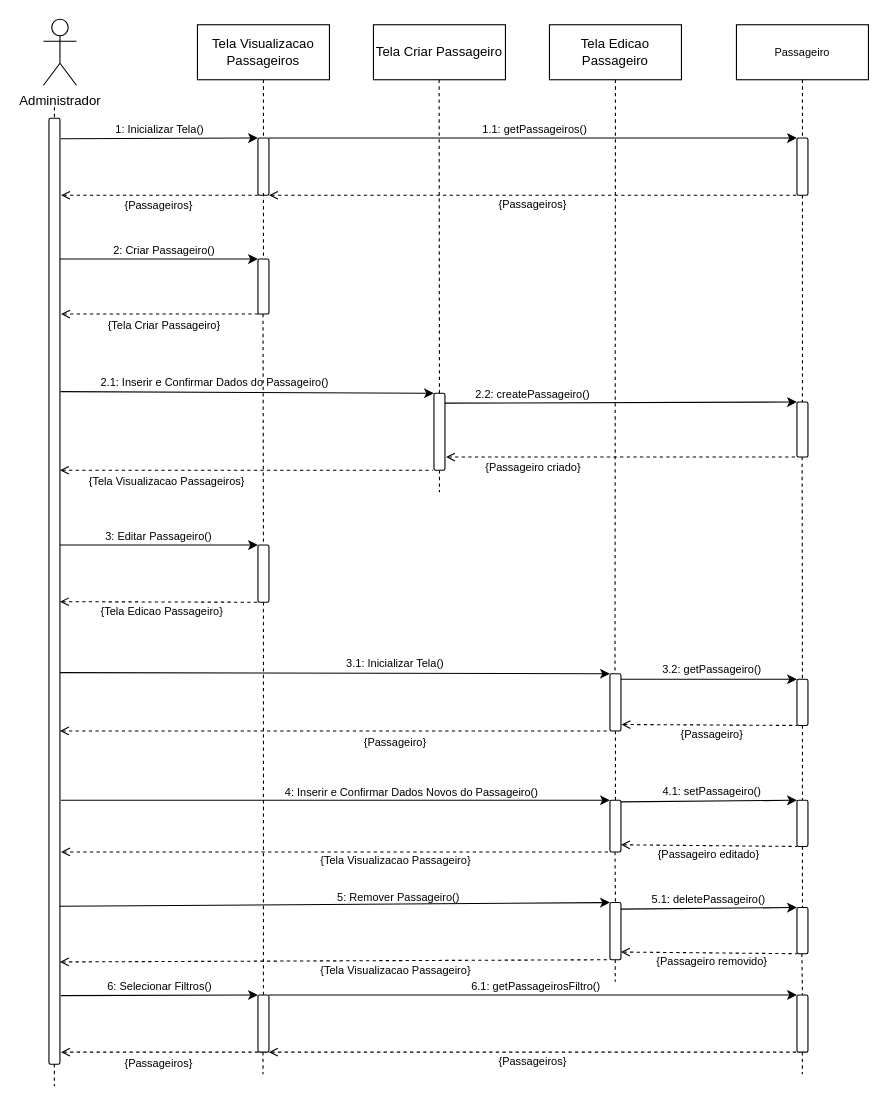
Before: Diagramas/Eng_de_Software/Modelos/Sequencia/Manter_Passageiros.drawio in GabrielGMori/trabalho-conclus-o-ano, a draw.io diagram. Source tidied: cells renumbered, new cells numbered last; positions are measured from the earlier drawing's top-left corner, leaving out a move shared by most shapes. Both pictures are drawn from the tidied source at 110%, with x=0, y=0 at pixel (43, 19).
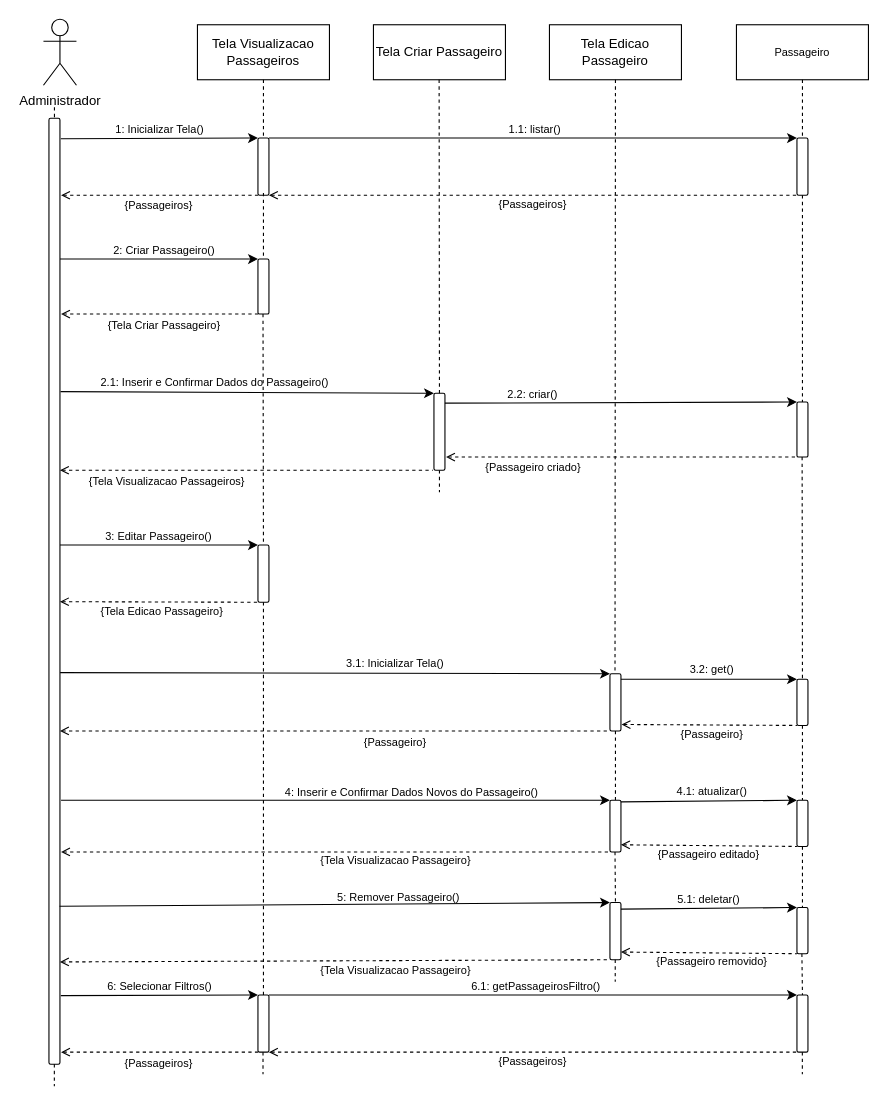
The same page after the edit.

Change to the diagram source:
```diff
@@
-    <mxCell id="22" value="2.2: createPassageiro()" style="text;html=1;align=center;verticalAlign=middle;whiteSpace=wrap;rounded=0;fontSize=10;" parent="1" vertex="1">
+    <mxCell id="22" value="2.2: criar()" style="text;html=1;align=center;verticalAlign=middle;whiteSpace=wrap;rounded=0;fontSize=10;" parent="1" vertex="1">
       <mxGeometry x="345" y="331" width="200" height="20" as="geometry" />
     </mxCell>
@@
-    <mxCell id="34" value="&lt;font&gt;3.2: get&lt;/font&gt;&lt;font&gt;Passageiro()&lt;/font&gt;" style="text;html=1;align=center;verticalAlign=middle;whiteSpace=wrap;rounded=0;fontSize=10;" parent="1" vertex="1">
+    <mxCell id="34" value="&lt;font&gt;3.2: get&lt;/font&gt;&lt;font&gt;()&lt;/font&gt;" style="text;html=1;align=center;verticalAlign=middle;whiteSpace=wrap;rounded=0;fontSize=10;" parent="1" vertex="1">
       <mxGeometry x="528" y="581" width="160" height="20" as="geometry" />
     </mxCell>
@@
-    <mxCell id="50" value="&lt;font&gt;1.1: getPassageiro&lt;/font&gt;&lt;font&gt;s()&lt;/font&gt;" style="text;html=1;align=center;verticalAlign=middle;whiteSpace=wrap;rounded=0;fontSize=10;" parent="1" vertex="1">
+    <mxCell id="50" value="&lt;font&gt;1.1: listar&lt;/font&gt;&lt;font&gt;()&lt;/font&gt;" style="text;html=1;align=center;verticalAlign=middle;whiteSpace=wrap;rounded=0;fontSize=10;" parent="1" vertex="1">
       <mxGeometry x="367" y="90" width="160" height="20" as="geometry" />
     </mxCell>
@@
-    <mxCell id="58" value="&lt;font&gt;4.1: set&lt;/font&gt;&lt;font&gt;Passageiro()&lt;/font&gt;" style="text;html=1;align=center;verticalAlign=middle;whiteSpace=wrap;rounded=0;fontSize=10;" parent="1" vertex="1">
+    <mxCell id="58" value="&lt;font&gt;4.1: atualizar&lt;/font&gt;&lt;font&gt;()&lt;/font&gt;" style="text;html=1;align=center;verticalAlign=middle;whiteSpace=wrap;rounded=0;fontSize=10;" parent="1" vertex="1">
       <mxGeometry x="528" y="692" width="160" height="20" as="geometry" />
     </mxCell>
@@
-    <mxCell id="69" value="&lt;font&gt;5.1: delete&lt;/font&gt;&lt;font&gt;Passageiro()&lt;/font&gt;" style="text;html=1;align=center;verticalAlign=middle;whiteSpace=wrap;rounded=0;fontSize=10;" parent="1" vertex="1">
+    <mxCell id="69" value="&lt;font&gt;5.1: deletar&lt;/font&gt;&lt;font&gt;()&lt;/font&gt;" style="text;html=1;align=center;verticalAlign=middle;whiteSpace=wrap;rounded=0;fontSize=10;" parent="1" vertex="1">
       <mxGeometry x="525" y="789.5" width="160" height="20" as="geometry" />
     </mxCell>
```
